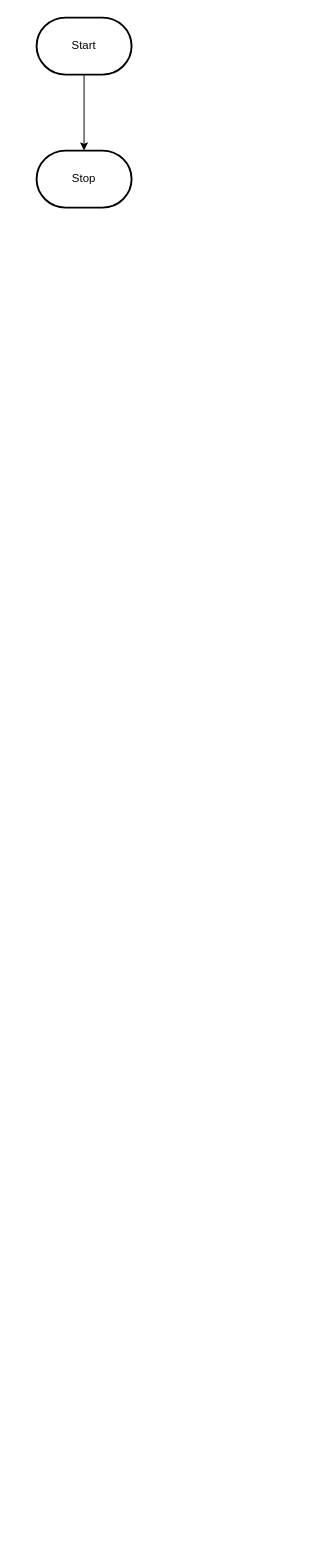
The draw.io diagram design/flowchart.drawio in MTHS-ICD2O-1-2024/ICD2O-Final-Project-shanea.jaromay, before the edit. Source tidied: cells renumbered, new cells numbered last; positions are measured from the earlier drawing's top-left corner, leaving out a move shared by most shapes. Both pictures are drawn from the tidied source at 95%, with x=0, y=0 at pixel (36, 17).
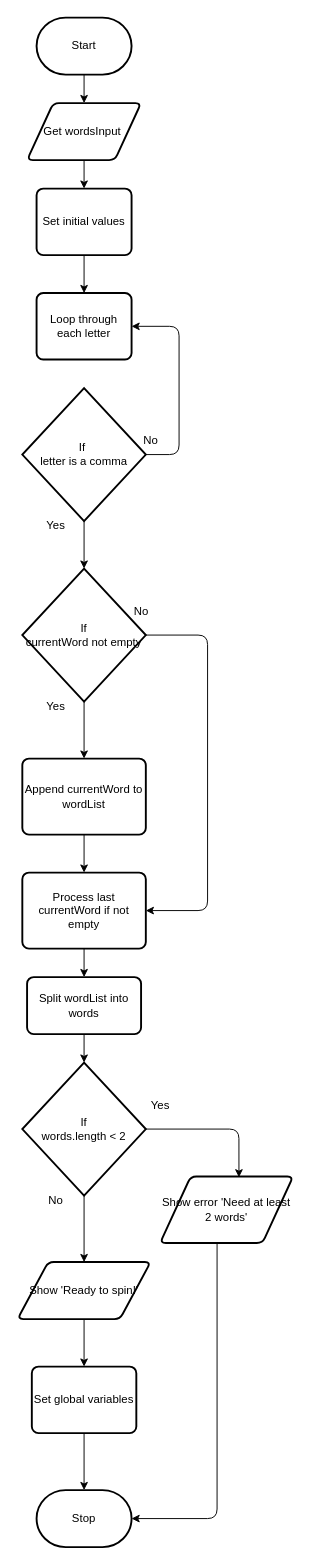
The same page after the edit.

The change refers to these unchanged cells:
```xml
<mxCell id="3" value="Start" style="strokeWidth=2;html=1;shape=mxgraph.flowchart.terminator;whiteSpace=wrap;" parent="1" vertex="1">
  <mxGeometry width="100" height="60" as="geometry" />
</mxCell>
```

What changed in the source:
```diff
@@
-    <mxCell id="2" style="edgeStyle=orthogonalEdgeStyle;html=1;rounded=0;" parent="1" edge="1" source="3" target="4">
-      <mxGeometry relative="1" as="geometry" />
-    </mxCell>
+    <mxCell id="5" style="edgeStyle=none;html=1;" parent="1" edge="1" source="3" target="2">
+      <mxGeometry relative="1" as="geometry" />
+    </mxCell>
@@
     <mxCell id="4" value="Stop" style="strokeWidth=2;html=1;shape=mxgraph.flowchart.terminator;whiteSpace=wrap;" parent="1" vertex="1">
-      <mxGeometry y="140" width="100" height="60" as="geometry" />
+      <mxGeometry y="1550" width="100" height="60" as="geometry" />
     </mxCell>
+    <mxCell id="6" style="edgeStyle=none;html=1;" parent="1" edge="1" source="2" target="8">
+      <mxGeometry relative="1" as="geometry" />
+    </mxCell>
+    <mxCell id="2" value="Get wordsInput&amp;nbsp;" style="shape=parallelogram;html=1;strokeWidth=2;perimeter=parallelogramPerimeter;whiteSpace=wrap;rounded=1;arcSize=12;size=0.23;" parent="1" vertex="1">
+      <mxGeometry x="-10" y="90" width="120" height="60" as="geometry" />
+    </mxCell>
+    <mxCell id="7" style="edgeStyle=none;html=1;" parent="1" edge="1" source="8" target="9">
+      <mxGeometry relative="1" as="geometry" />
+    </mxCell>
+    <mxCell id="8" value="Set initial values" style="rounded=1;whiteSpace=wrap;html=1;absoluteArcSize=1;arcSize=14;strokeWidth=2;" parent="1" vertex="1">
+      <mxGeometry y="180" width="100" height="70" as="geometry" />
+    </mxCell>
+    <mxCell id="9" value="Loop through each letter" style="rounded=1;whiteSpace=wrap;html=1;absoluteArcSize=1;arcSize=14;strokeWidth=2;" parent="1" vertex="1">
+      <mxGeometry y="290" width="100" height="70" as="geometry" />
+    </mxCell>
+    <mxCell id="10" style="edgeStyle=orthogonalEdgeStyle;html=1;entryX=1;entryY=0.5;entryDx=0;entryDy=0;" parent="1" edge="1" source="12" target="9">
+      <mxGeometry relative="1" as="geometry">
+        <Array as="points">
+          <mxPoint x="150" y="460" />
+          <mxPoint x="150" y="325" />
+        </Array>
+      </mxGeometry>
+    </mxCell>
+    <mxCell id="11" style="edgeStyle=none;html=1;" parent="1" edge="1" source="12" target="15">
+      <mxGeometry relative="1" as="geometry" />
+    </mxCell>
+    <mxCell id="12" value="If&amp;nbsp;&lt;div&gt;letter is a comma&lt;/div&gt;" style="strokeWidth=2;html=1;shape=mxgraph.flowchart.decision;whiteSpace=wrap;" parent="1" vertex="1">
+      <mxGeometry x="-15" y="390" width="130" height="140" as="geometry" />
+    </mxCell>
+    <mxCell id="13" style="edgeStyle=none;html=1;" parent="1" edge="1" source="15" target="19">
+      <mxGeometry relative="1" as="geometry" />
+    </mxCell>
+    <mxCell id="14" style="edgeStyle=orthogonalEdgeStyle;html=1;entryX=1;entryY=0.5;entryDx=0;entryDy=0;" parent="1" edge="1" source="15" target="22">
+      <mxGeometry relative="1" as="geometry">
+        <Array as="points">
+          <mxPoint x="180" y="650" />
+          <mxPoint x="180" y="940" />
+        </Array>
+      </mxGeometry>
+    </mxCell>
+    <mxCell id="15" value="If&lt;div&gt;currentWord not empty&lt;/div&gt;" style="strokeWidth=2;html=1;shape=mxgraph.flowchart.decision;whiteSpace=wrap;" parent="1" vertex="1">
+      <mxGeometry x="-15" y="580" width="130" height="140" as="geometry" />
+    </mxCell>
+    <mxCell id="16" value="No" style="text;html=1;align=center;verticalAlign=middle;strokeColor=none;fillColor=none;" parent="1" vertex="1">
+      <mxGeometry x="100" y="430" width="40" height="30" as="geometry" />
+    </mxCell>
+    <mxCell id="17" value="Yes" style="text;html=1;align=center;verticalAlign=middle;strokeColor=none;fillColor=none;" parent="1" vertex="1">
+      <mxGeometry y="520" width="40" height="30" as="geometry" />
+    </mxCell>
+    <mxCell id="18" style="edgeStyle=none;html=1;" parent="1" edge="1" source="19" target="22">
+      <mxGeometry relative="1" as="geometry" />
+    </mxCell>
+    <mxCell id="19" value="Append currentWord to wordList" style="rounded=1;whiteSpace=wrap;html=1;absoluteArcSize=1;arcSize=14;strokeWidth=2;" parent="1" vertex="1">
+      <mxGeometry x="-15" y="780" width="130" height="80" as="geometry" />
+    </mxCell>
+    <mxCell id="20" value="Yes" style="text;html=1;align=center;verticalAlign=middle;strokeColor=none;fillColor=none;" parent="1" vertex="1">
+      <mxGeometry y="710" width="40" height="30" as="geometry" />
+    </mxCell>
+    <mxCell id="21" style="edgeStyle=none;html=1;" parent="1" edge="1" source="22" target="25">
+      <mxGeometry relative="1" as="geometry" />
+    </mxCell>
+    <mxCell id="22" value="Process last currentWord if not empty" style="rounded=1;whiteSpace=wrap;html=1;absoluteArcSize=1;arcSize=14;strokeWidth=2;" parent="1" vertex="1">
+      <mxGeometry x="-15" y="900" width="130" height="80" as="geometry" />
+    </mxCell>
+    <mxCell id="23" value="No" style="text;html=1;align=center;verticalAlign=middle;strokeColor=none;fillColor=none;" parent="1" vertex="1">
+      <mxGeometry x="90" y="610" width="40" height="30" as="geometry" />
+    </mxCell>
+    <mxCell id="24" style="edgeStyle=none;html=1;" parent="1" edge="1" source="25" target="28">
+      <mxGeometry relative="1" as="geometry" />
+    </mxCell>
+    <mxCell id="25" value="Split wordList into words" style="rounded=1;whiteSpace=wrap;html=1;absoluteArcSize=1;arcSize=14;strokeWidth=2;" parent="1" vertex="1">
+      <mxGeometry x="-10" y="1010" width="120" height="60" as="geometry" />
+    </mxCell>
+    <mxCell id="26" style="edgeStyle=orthogonalEdgeStyle;html=1;entryX=0.593;entryY=0.011;entryDx=0;entryDy=0;entryPerimeter=0;" parent="1" edge="1" source="28" target="30">
+      <mxGeometry relative="1" as="geometry" />
+    </mxCell>
+    <mxCell id="27" style="edgeStyle=none;html=1;" parent="1" edge="1" source="28" target="33">
+      <mxGeometry relative="1" as="geometry" />
+    </mxCell>
+    <mxCell id="28" value="If&lt;div&gt;words.length &amp;lt; 2&lt;/div&gt;" style="strokeWidth=2;html=1;shape=mxgraph.flowchart.decision;whiteSpace=wrap;" parent="1" vertex="1">
+      <mxGeometry x="-15" y="1100" width="130" height="140" as="geometry" />
+    </mxCell>
+    <mxCell id="29" style="edgeStyle=orthogonalEdgeStyle;html=1;entryX=1;entryY=0.5;entryDx=0;entryDy=0;entryPerimeter=0;" parent="1" edge="1" source="30" target="4">
+      <mxGeometry relative="1" as="geometry">
+        <Array as="points">
+          <mxPoint x="190" y="1580" />
+        </Array>
+      </mxGeometry>
+    </mxCell>
+    <mxCell id="30" value="Show error 'Need at least 2 words'" style="shape=parallelogram;html=1;strokeWidth=2;perimeter=parallelogramPerimeter;whiteSpace=wrap;rounded=1;arcSize=12;size=0.23;" parent="1" vertex="1">
+      <mxGeometry x="130" y="1220" width="140" height="70" as="geometry" />
+    </mxCell>
+    <mxCell id="31" value="Yes" style="text;html=1;align=center;verticalAlign=middle;strokeColor=none;fillColor=none;" parent="1" vertex="1">
+      <mxGeometry x="110" y="1130" width="40" height="30" as="geometry" />
+    </mxCell>
+    <mxCell id="32" style="edgeStyle=none;html=1;" parent="1" edge="1" source="33" target="36">
+      <mxGeometry relative="1" as="geometry" />
+    </mxCell>
+    <mxCell id="33" value="Show 'Ready to spin!'" style="shape=parallelogram;html=1;strokeWidth=2;perimeter=parallelogramPerimeter;whiteSpace=wrap;rounded=1;arcSize=12;size=0.23;" parent="1" vertex="1">
+      <mxGeometry x="-20" y="1310" width="140" height="60" as="geometry" />
+    </mxCell>
+    <mxCell id="34" value="No" style="text;html=1;align=center;verticalAlign=middle;strokeColor=none;fillColor=none;" parent="1" vertex="1">
+      <mxGeometry y="1230" width="40" height="30" as="geometry" />
+    </mxCell>
+    <mxCell id="35" style="edgeStyle=none;html=1;" parent="1" edge="1" source="36" target="4">
+      <mxGeometry relative="1" as="geometry" />
+    </mxCell>
+    <mxCell id="36" value="Set global variables" style="rounded=1;whiteSpace=wrap;html=1;absoluteArcSize=1;arcSize=14;strokeWidth=2;" parent="1" vertex="1">
+      <mxGeometry x="-5" y="1420" width="110" height="70" as="geometry" />
+    </mxCell>
```
